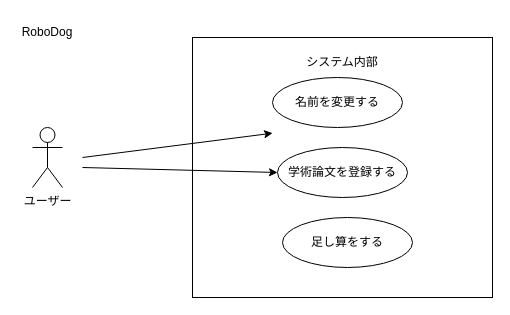
The draw.io diagram 06_robo_dog/usecase.drawio in sugimoto0804/o-hara_uml, before the edit. Source tidied: cells renumbered, new cells numbered last; positions are measured from the earlier drawing's top-left corner, leaving out a move shared by most shapes. Both pictures are drawn from the tidied source at 100%, with x=0, y=0 at pixel (17, 17).
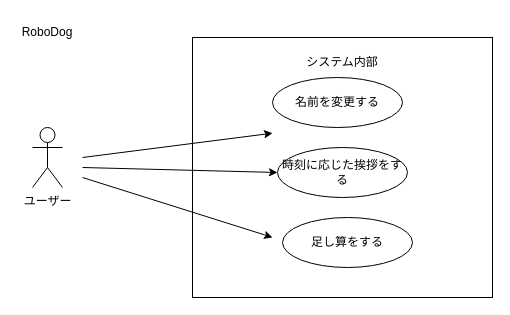
The same page after the edit.

What changed in the source:
```diff
@@
 <mxGraphModel>
   <root>
     <mxCell id="0" />
     <mxCell id="1" parent="0" />
     <mxCell id="2" style="rounded=0;whiteSpace=wrap;html=1;" parent="1" vertex="1">
       <mxGeometry x="175" y="20" width="300" height="260" as="geometry" />
     </mxCell>
     <mxCell id="3" value="ユーザー" style="shape=umlActor;verticalLabelPosition=bottom;verticalAlign=top;html=1;" parent="1" vertex="1">
       <mxGeometry x="15" y="110" width="30" height="60" as="geometry" />
     </mxCell>
     <mxCell id="4" value="システム内部" style="text;html=1;align=center;verticalAlign=middle;whiteSpace=wrap;rounded=0;" parent="1" vertex="1">
       <mxGeometry x="280" y="30" width="90" height="30" as="geometry" />
     </mxCell>
     <mxCell id="5" value="名前を変更する" style="ellipse;whiteSpace=wrap;html=1;" parent="1" vertex="1">
       <mxGeometry x="255" y="60" width="130" height="50" as="geometry" />
     </mxCell>
-    <mxCell id="6" value="学術論文を登録する" style="ellipse;whiteSpace=wrap;html=1;" parent="1" vertex="1">
+    <mxCell id="6" value="時刻に応じた挨拶をする" style="ellipse;whiteSpace=wrap;html=1;" parent="1" vertex="1">
       <mxGeometry x="260" y="130" width="130" height="50" as="geometry" />
     </mxCell>
     <mxCell id="7" style="endArrow=classic;html=1;rounded=0;entryX=0.267;entryY=0.368;entryDx=0;entryDy=0;entryPerimeter=0;" parent="1" edge="1" target="2">
       <mxGeometry relative="1" as="geometry">
         <mxPoint x="65" y="140" as="sourcePoint" />
       </mxGeometry>
     </mxCell>
     <mxCell id="8" style="endArrow=classic;html=1;entryX=0;entryY=0.5;entryDx=0;entryDy=0;" parent="1" edge="1" target="6">
       <mxGeometry relative="1" as="geometry">
         <mxPoint x="65" y="150" as="sourcePoint" />
       </mxGeometry>
     </mxCell>
     <mxCell id="9" value="RoboDog" style="text;html=1;align=center;verticalAlign=middle;whiteSpace=wrap;rounded=0;" parent="1" vertex="1">
       <mxGeometry width="60" height="30" as="geometry" />
     </mxCell>
     <mxCell id="10" value="足し算をする" style="ellipse;whiteSpace=wrap;html=1;" parent="1" vertex="1">
       <mxGeometry x="265" y="200" width="130" height="50" as="geometry" />
     </mxCell>
+    <mxCell id="11" style="endArrow=classic;html=1;entryX=0.267;entryY=0.769;entryDx=0;entryDy=0;entryPerimeter=0;" parent="1" edge="1" target="2">
+      <mxGeometry relative="1" as="geometry">
+        <mxPoint x="65" y="160" as="sourcePoint" />
+      </mxGeometry>
+    </mxCell>
   </root>
 </mxGraphModel>
```
